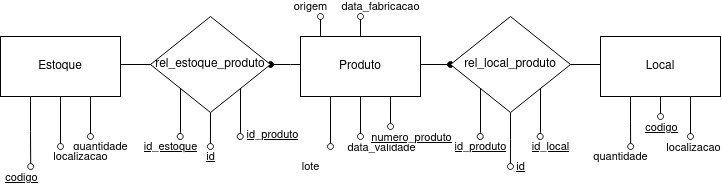
Above: diagramas/MER.png in h-ssiqueira/Supermercado (draw.io), before the change. Source tidied: cells renumbered, new cells last; positions are measured from the earlier drawing's top-left corner, leaving out a move shared by most shapes.
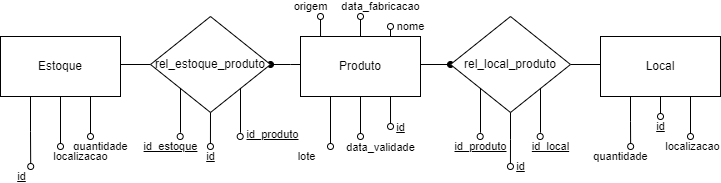
After the commit.

What changed in the source:
```diff
@@ -6,195 +6,203 @@
       <mxGeometry x="300" y="20" width="160" height="110" as="geometry" />
     </mxCell>
     <mxCell id="3" style="group;" parent="2" vertex="1">
-      <mxGeometry width="120" height="110" as="geometry" />
+      <mxGeometry y="-20" width="120" height="130" as="geometry" />
     </mxCell>
-    <mxCell id="4" style="edgeStyle=orthogonalEdgeStyle;rounded=0;jettySize=auto;html=1;exitX=0.5;exitY=1;exitDx=0;exitDy=0;endArrow=oval;endFill=0;" parent="3" edge="1" source="9">
-      <mxGeometry relative="1" as="geometry">
-        <mxPoint x="60" y="100" as="targetPoint" />
-      </mxGeometry>
+    <mxCell id="4" style="group;" parent="3" vertex="1">
+      <mxGeometry y="20" width="120" height="110" as="geometry" />
     </mxCell>
-    <mxCell id="5" value="data_validade" style="edgeLabel;html=1;align=center;verticalAlign=middle;" parent="4" vertex="1">
-      <mxGeometry x="0.9" relative="1" as="geometry">
-        <mxPoint x="20" y="12" as="offset" />
+    <mxCell id="5" style="edgeStyle=orthogonalEdgeStyle;rounded=0;jettySize=auto;html=1;exitX=0.5;exitY=1;exitDx=0;exitDy=0;endArrow=oval;endFill=0;" parent="4" edge="1" source="10">
+      <mxGeometry relative="1" as="geometry">
+        <mxPoint x="60" y="100" as="targetPoint" />
       </mxGeometry>
     </mxCell>
-    <mxCell id="6" style="edgeStyle=orthogonalEdgeStyle;rounded=0;jettySize=auto;html=1;exitX=0.75;exitY=1;exitDx=0;exitDy=0;endArrow=oval;endFill=0;" parent="3" edge="1" source="9">
-      <mxGeometry relative="1" as="geometry">
-        <mxPoint x="90" y="90" as="targetPoint" />
+    <mxCell id="6" value="data_validade" style="edgeLabel;html=1;align=center;verticalAlign=middle;" parent="5" vertex="1">
+      <mxGeometry x="0.9" relative="1" as="geometry">
+        <mxPoint x="20" y="12" as="offset" />
       </mxGeometry>
     </mxCell>
-    <mxCell id="7" value="numero_produto" style="edgeLabel;html=1;align=center;verticalAlign=middle;fontStyle=4;" parent="6" vertex="1">
-      <mxGeometry x="0.86" relative="1" as="geometry">
-        <mxPoint x="20" y="12" as="offset" />
+    <mxCell id="7" style="edgeStyle=orthogonalEdgeStyle;rounded=0;jettySize=auto;html=1;exitX=0.75;exitY=1;exitDx=0;exitDy=0;endArrow=oval;endFill=0;" parent="4" edge="1" source="10">
+      <mxGeometry relative="1" as="geometry">
+        <mxPoint x="90" y="90" as="targetPoint" />
       </mxGeometry>
     </mxCell>
-    <mxCell id="8" value="lote" style="edgeStyle=orthogonalEdgeStyle;rounded=0;jettySize=auto;html=1;exitX=0.25;exitY=1;exitDx=0;exitDy=0;endArrow=oval;endFill=0;" parent="3" edge="1" source="9">
-      <mxGeometry x="1" y="14" relative="1" as="geometry">
-        <mxPoint x="30" y="110" as="targetPoint" />
-        <Array as="points">
-          <mxPoint x="30" y="110" />
-        </Array>
-        <mxPoint x="-10" y="10" as="offset" />
+    <mxCell id="8" value="id" style="edgeLabel;html=1;align=center;verticalAlign=middle;fontStyle=4;" parent="7" vertex="1">
+      <mxGeometry x="0.86" relative="1" as="geometry">
+        <mxPoint x="10" y="2" as="offset" />
       </mxGeometry>
     </mxCell>
-    <mxCell id="9" value="Produto" style="rounded=0;whiteSpace=wrap;html=1;" parent="3" vertex="1">
-      <mxGeometry width="120" height="60" as="geometry" />
+    <mxCell id="9" value="lote" style="edgeStyle=orthogonalEdgeStyle;rounded=0;jettySize=auto;html=1;exitX=0.25;exitY=1;exitDx=0;exitDy=0;endArrow=oval;endFill=0;" parent="4" edge="1" source="10">
+      <mxGeometry x="1" y="14" relative="1" as="geometry">
+        <mxPoint x="30" y="110" as="targetPoint" />
+        <Array as="points">
+          <mxPoint x="30" y="110" />
+        </Array>
+        <mxPoint x="-10" y="10" as="offset" />
+      </mxGeometry>
     </mxCell>
-    <mxCell id="10" value="data_fabricacao" style="edgeStyle=orthogonalEdgeStyle;rounded=0;jettySize=auto;html=1;endArrow=oval;endFill=0;strokeWidth=1;exitX=0.5;exitY=0;exitDx=0;exitDy=0;" parent="2" edge="1" source="9">
-      <mxGeometry x="1" y="-22" relative="1" as="geometry">
-        <mxPoint x="60" y="-20" as="targetPoint" />
-        <mxPoint x="-2" y="-10" as="offset" />
-      </mxGeometry>
+    <mxCell id="10" value="Produto" style="rounded=0;whiteSpace=wrap;html=1;" parent="4" vertex="1">
+      <mxGeometry width="120" height="60" as="geometry" />
     </mxCell>
-    <mxCell id="11" value="origem" style="edgeStyle=orthogonalEdgeStyle;rounded=0;jettySize=auto;html=1;exitX=0.167;exitY=0;exitDx=0;exitDy=0;endArrow=oval;endFill=0;strokeWidth=1;exitPerimeter=0;" parent="2" edge="1" source="9">
-      <mxGeometry x="1" y="14" relative="1" as="geometry">
-        <mxPoint x="20" y="-20" as="targetPoint" />
-        <mxPoint x="4" y="-10" as="offset" />
+    <mxCell id="11" value="data_fabricacao" style="edgeStyle=orthogonalEdgeStyle;rounded=0;jettySize=auto;html=1;endArrow=oval;endFill=0;strokeWidth=1;exitX=0.5;exitY=0;exitDx=0;exitDy=0;" parent="3" edge="1" source="10">
+      <mxGeometry x="1" y="-22" relative="1" as="geometry">
+        <mxPoint x="60" as="targetPoint" />
+        <mxPoint x="-2" y="-10" as="offset" />
       </mxGeometry>
     </mxCell>
-    <mxCell id="12" style="group;" parent="1" vertex="1">
-      <mxGeometry y="20" width="120" height="130" as="geometry" />
+    <mxCell id="12" value="origem" style="edgeStyle=orthogonalEdgeStyle;rounded=0;jettySize=auto;html=1;exitX=0.167;exitY=0;exitDx=0;exitDy=0;endArrow=oval;endFill=0;strokeWidth=1;exitPerimeter=0;" parent="3" edge="1" source="10">
+      <mxGeometry x="1" y="14" relative="1" as="geometry">
+        <mxPoint x="20" as="targetPoint" />
+        <mxPoint x="4" y="-10" as="offset" />
+      </mxGeometry>
     </mxCell>
-    <mxCell id="13" style="group;" parent="12" vertex="1">
-      <mxGeometry width="120" height="130" as="geometry" />
+    <mxCell id="13" style="group;" parent="1" vertex="1">
+      <mxGeometry y="20" width="120" height="130" as="geometry" />
     </mxCell>
-    <mxCell id="14" style="edgeStyle=orthogonalEdgeStyle;rounded=0;jettySize=auto;html=1;exitX=0.25;exitY=1;exitDx=0;exitDy=0;endArrow=oval;endFill=0;" parent="13" edge="1" source="16">
-      <mxGeometry relative="1" as="geometry">
-        <mxPoint x="30.2" y="130" as="targetPoint" />
-      </mxGeometry>
+    <mxCell id="14" style="group;" parent="13" vertex="1">
+      <mxGeometry width="120" height="130" as="geometry" />
     </mxCell>
-    <mxCell id="15" value="codigo" style="edgeLabel;html=1;align=center;verticalAlign=middle;fontStyle=4;" parent="14" vertex="1">
-      <mxGeometry x="0.91" y="-1" relative="1" as="geometry">
-        <mxPoint x="-9" y="13" as="offset" />
+    <mxCell id="15" style="edgeStyle=orthogonalEdgeStyle;rounded=0;jettySize=auto;html=1;exitX=0.25;exitY=1;exitDx=0;exitDy=0;endArrow=oval;endFill=0;" parent="14" edge="1" source="17">
+      <mxGeometry relative="1" as="geometry">
+        <mxPoint x="30.2" y="130" as="targetPoint" />
       </mxGeometry>
     </mxCell>
-    <mxCell id="16" value="Estoque" style="rounded=0;whiteSpace=wrap;html=1;" parent="13" vertex="1">
-      <mxGeometry width="120" height="60" as="geometry" />
+    <mxCell id="16" value="id" style="edgeLabel;html=1;align=center;verticalAlign=middle;points=[];fontStyle=4;" parent="15" vertex="1">
+      <mxGeometry x="0.91" y="-1" relative="1" as="geometry">
+        <mxPoint x="-9" y="13" as="offset" />
+      </mxGeometry>
     </mxCell>
-    <mxCell id="17" value="quantidade" style="edgeStyle=orthogonalEdgeStyle;rounded=0;jettySize=auto;html=1;exitX=0.75;exitY=1;exitDx=0;exitDy=0;endArrow=oval;endFill=0;strokeWidth=1;" parent="12" edge="1" source="16">
-      <mxGeometry x="1" y="14" relative="1" as="geometry">
-        <mxPoint x="90" y="100" as="targetPoint" />
-        <mxPoint x="-4" y="10" as="offset" />
-      </mxGeometry>
+    <mxCell id="17" value="Estoque" style="rounded=0;whiteSpace=wrap;html=1;" parent="14" vertex="1">
+      <mxGeometry width="120" height="60" as="geometry" />
     </mxCell>
-    <mxCell id="18" style="group;" parent="1" vertex="1">
-      <mxGeometry x="600" y="20" width="120" height="100" as="geometry" />
+    <mxCell id="18" value="quantidade" style="edgeStyle=orthogonalEdgeStyle;rounded=0;jettySize=auto;html=1;exitX=0.75;exitY=1;exitDx=0;exitDy=0;endArrow=oval;endFill=0;strokeWidth=1;" parent="13" edge="1" source="17">
+      <mxGeometry x="1" y="14" relative="1" as="geometry">
+        <mxPoint x="90" y="100" as="targetPoint" />
+        <mxPoint x="-4" y="10" as="offset" />
+      </mxGeometry>
     </mxCell>
-    <mxCell id="19" style="edgeStyle=orthogonalEdgeStyle;rounded=0;jettySize=auto;html=1;exitX=0.5;exitY=1;exitDx=0;exitDy=0;endArrow=oval;endFill=0;" parent="18" edge="1" source="23">
-      <mxGeometry relative="1" as="geometry">
-        <mxPoint x="60" y="80" as="targetPoint" />
-      </mxGeometry>
+    <mxCell id="19" style="group;" parent="1" vertex="1">
+      <mxGeometry x="600" y="20" width="120" height="100" as="geometry" />
     </mxCell>
-    <mxCell id="20" value="codigo" style="edgeLabel;html=1;align=center;verticalAlign=middle;fontStyle=4;" parent="19" vertex="1">
-      <mxGeometry x="1" y="-2" relative="1" as="geometry">
-        <mxPoint x="2" y="10" as="offset" />
+    <mxCell id="20" style="edgeStyle=orthogonalEdgeStyle;rounded=0;jettySize=auto;html=1;exitX=0.5;exitY=1;exitDx=0;exitDy=0;endArrow=oval;endFill=0;" parent="19" edge="1" source="24">
+      <mxGeometry relative="1" as="geometry">
+        <mxPoint x="60" y="80" as="targetPoint" />
       </mxGeometry>
     </mxCell>
-    <mxCell id="21" style="edgeStyle=orthogonalEdgeStyle;rounded=0;jettySize=auto;html=1;exitX=0.75;exitY=1;exitDx=0;exitDy=0;endArrow=oval;endFill=0;" parent="18" edge="1" source="23">
-      <mxGeometry relative="1" as="geometry">
-        <mxPoint x="90" y="100" as="targetPoint" />
+    <mxCell id="21" value="id" style="edgeLabel;html=1;align=center;verticalAlign=middle;fontStyle=4;" parent="20" vertex="1">
+      <mxGeometry x="1" y="-2" relative="1" as="geometry">
+        <mxPoint x="2" y="10" as="offset" />
       </mxGeometry>
     </mxCell>
-    <mxCell id="22" value="localizacao" style="edgeLabel;html=1;align=center;verticalAlign=middle;" parent="21" vertex="1">
-      <mxGeometry x="0.98" y="2" relative="1" as="geometry">
-        <mxPoint y="10" as="offset" />
+    <mxCell id="22" style="edgeStyle=orthogonalEdgeStyle;rounded=0;jettySize=auto;html=1;exitX=0.75;exitY=1;exitDx=0;exitDy=0;endArrow=oval;endFill=0;" parent="19" edge="1" source="24">
+      <mxGeometry relative="1" as="geometry">
+        <mxPoint x="90" y="100" as="targetPoint" />
       </mxGeometry>
     </mxCell>
-    <mxCell id="23" value="Local" style="rounded=0;whiteSpace=wrap;html=1;" parent="18" vertex="1">
-      <mxGeometry width="120" height="60" as="geometry" />
+    <mxCell id="23" value="localizacao" style="edgeLabel;html=1;align=center;verticalAlign=middle;points=[];" parent="22" vertex="1">
+      <mxGeometry x="0.98" y="2" relative="1" as="geometry">
+        <mxPoint y="10" as="offset" />
+      </mxGeometry>
     </mxCell>
-    <mxCell id="24" value="quantidade" style="edgeStyle=orthogonalEdgeStyle;rounded=0;jettySize=auto;html=1;exitX=0.25;exitY=1;exitDx=0;exitDy=0;endArrow=oval;endFill=0;strokeWidth=1;" parent="1" edge="1" source="23">
-      <mxGeometry x="1" y="-14" relative="1" as="geometry">
-        <mxPoint x="630.1" y="130" as="targetPoint" />
-        <mxPoint x="4" y="10" as="offset" />
-      </mxGeometry>
+    <mxCell id="24" value="Local" style="rounded=0;whiteSpace=wrap;html=1;" parent="19" vertex="1">
+      <mxGeometry width="120" height="60" as="geometry" />
     </mxCell>
-    <mxCell id="25" value="localizacao" style="edgeStyle=orthogonalEdgeStyle;rounded=0;jettySize=auto;html=1;exitX=0.5;exitY=1;exitDx=0;exitDy=0;endArrow=oval;endFill=0;" parent="1" edge="1" source="16">
-      <mxGeometry x="1" y="-10" relative="1" as="geometry">
-        <mxPoint x="60" y="130" as="targetPoint" />
-        <Array as="points">
-          <mxPoint x="60" y="130" />
-        </Array>
-        <mxPoint x="10" y="10" as="offset" />
+    <mxCell id="25" value="quantidade" style="edgeStyle=orthogonalEdgeStyle;rounded=0;jettySize=auto;html=1;exitX=0.25;exitY=1;exitDx=0;exitDy=0;endArrow=oval;endFill=0;strokeWidth=1;" parent="1" edge="1" source="24">
+      <mxGeometry x="1" y="-14" relative="1" as="geometry">
+        <mxPoint x="630.1" y="130" as="targetPoint" />
+        <mxPoint x="4" y="10" as="offset" />
       </mxGeometry>
     </mxCell>
-    <mxCell id="26" style="edgeStyle=orthogonalEdgeStyle;rounded=0;jettySize=auto;html=1;exitX=1;exitY=0.5;exitDx=0;exitDy=0;entryX=0;entryY=0.5;entryDx=0;entryDy=0;endArrow=oval;endFill=1;" parent="1" edge="1" source="9" target="40">
-      <mxGeometry relative="1" as="geometry">
+    <mxCell id="26" value="localizacao" style="edgeStyle=orthogonalEdgeStyle;rounded=0;jettySize=auto;html=1;exitX=0.5;exitY=1;exitDx=0;exitDy=0;endArrow=oval;endFill=0;" parent="1" edge="1" source="17">
+      <mxGeometry x="1" y="-10" relative="1" as="geometry">
+        <mxPoint x="60" y="130" as="targetPoint" />
         <Array as="points">
-          <mxPoint x="420" y="48" />
+          <mxPoint x="60" y="130" />
         </Array>
+        <mxPoint x="10" y="10" as="offset" />
       </mxGeometry>
     </mxCell>
-    <mxCell id="27" style="edgeStyle=orthogonalEdgeStyle;rounded=0;jettySize=auto;html=1;exitX=1;exitY=0.5;exitDx=0;exitDy=0;entryX=0;entryY=0.5;entryDx=0;entryDy=0;endArrow=none;endFill=0;" parent="1" edge="1" source="40" target="23">
-      <mxGeometry relative="1" as="geometry" />
+    <mxCell id="27" style="edgeStyle=orthogonalEdgeStyle;rounded=0;jettySize=auto;html=1;exitX=1;exitY=0.5;exitDx=0;exitDy=0;entryX=0;entryY=0.5;entryDx=0;entryDy=0;endArrow=oval;endFill=1;" parent="1" edge="1" source="10" target="41">
+      <mxGeometry relative="1" as="geometry">
+        <Array as="points">
+          <mxPoint x="420" y="48" />
+        </Array>
+      </mxGeometry>
     </mxCell>
-    <mxCell id="28" style="edgeStyle=orthogonalEdgeStyle;rounded=0;jettySize=auto;html=1;exitX=1;exitY=0.5;exitDx=0;exitDy=0;entryX=0;entryY=0.5;entryDx=0;entryDy=0;endArrow=none;endFill=0;" parent="1" edge="1" source="16" target="34">
-      <mxGeometry relative="1" as="geometry">
-        <Array as="points">
-          <mxPoint x="120" y="48" />
-        </Array>
-      </mxGeometry>
+    <mxCell id="28" style="edgeStyle=orthogonalEdgeStyle;rounded=0;jettySize=auto;html=1;exitX=1;exitY=0.5;exitDx=0;exitDy=0;entryX=0;entryY=0.5;entryDx=0;entryDy=0;endArrow=none;endFill=0;" parent="1" edge="1" source="41" target="24">
+      <mxGeometry relative="1" as="geometry" />
     </mxCell>
-    <mxCell id="29" style="edgeStyle=orthogonalEdgeStyle;rounded=0;jettySize=auto;html=1;endArrow=oval;endFill=1;entryX=1;entryY=0.5;entryDx=0;entryDy=0;" parent="1" edge="1" source="9" target="34">
+    <mxCell id="29" style="edgeStyle=orthogonalEdgeStyle;rounded=0;jettySize=auto;html=1;exitX=1;exitY=0.5;exitDx=0;exitDy=0;entryX=0;entryY=0.5;entryDx=0;entryDy=0;endArrow=none;endFill=0;" parent="1" edge="1" source="17" target="35">
       <mxGeometry relative="1" as="geometry">
         <Array as="points">
-          <mxPoint x="290" y="48" />
-          <mxPoint x="290" y="48" />
+          <mxPoint x="120" y="48" />
         </Array>
       </mxGeometry>
     </mxCell>
-    <mxCell id="30" style="group;" parent="1" vertex="1">
-      <mxGeometry x="150" width="120" height="130" as="geometry" />
+    <mxCell id="30" style="edgeStyle=orthogonalEdgeStyle;rounded=0;jettySize=auto;html=1;endArrow=oval;endFill=1;entryX=1;entryY=0.5;entryDx=0;entryDy=0;" parent="1" edge="1" source="10" target="35">
+      <mxGeometry relative="1" as="geometry">
+        <Array as="points">
+          <mxPoint x="290" y="48" />
+          <mxPoint x="290" y="48" />
+        </Array>
+      </mxGeometry>
     </mxCell>
-    <mxCell id="31" style="group;" parent="30" vertex="1">
-      <mxGeometry width="120" height="120" as="geometry" />
+    <mxCell id="31" style="group;" parent="1" vertex="1">
+      <mxGeometry x="150" width="120" height="130" as="geometry" />
     </mxCell>
-    <mxCell id="32" value="id_estoque" style="edgeStyle=orthogonalEdgeStyle;rounded=0;jettySize=auto;html=1;exitX=0;exitY=1;exitDx=0;exitDy=0;endArrow=oval;endFill=0;strokeWidth=1;fontStyle=4;" parent="31" edge="1" source="34">
-      <mxGeometry x="1" y="-14" relative="1" as="geometry">
-        <mxPoint x="29.7" y="120" as="targetPoint" />
-        <mxPoint x="4" y="10" as="offset" />
-      </mxGeometry>
+    <mxCell id="32" style="group;" parent="31" vertex="1">
+      <mxGeometry width="120" height="120" as="geometry" />
     </mxCell>
-    <mxCell id="33" value="id_produto" style="edgeStyle=orthogonalEdgeStyle;rounded=0;jettySize=auto;html=1;exitX=1;exitY=1;exitDx=0;exitDy=0;endArrow=oval;endFill=0;strokeWidth=1;fontStyle=4;" parent="31" edge="1" source="34">
-      <mxGeometry x="0.99" y="22" relative="1" as="geometry">
-        <mxPoint x="89.7" y="120" as="targetPoint" />
-        <mxPoint x="10" y="-2" as="offset" />
+    <mxCell id="33" value="id_estoque" style="edgeStyle=orthogonalEdgeStyle;rounded=0;jettySize=auto;html=1;exitX=0;exitY=1;exitDx=0;exitDy=0;endArrow=oval;endFill=0;strokeWidth=1;fontStyle=4;" parent="32" edge="1" source="35">
+      <mxGeometry x="1" y="-14" relative="1" as="geometry">
+        <mxPoint x="29.7" y="120" as="targetPoint" />
+        <mxPoint x="4" y="10" as="offset" />
       </mxGeometry>
     </mxCell>
-    <mxCell id="34" value="rel_estoque_produto" style="rhombus;whiteSpace=wrap;html=1;" parent="31" vertex="1">
-      <mxGeometry width="120" height="96" as="geometry" />
+    <mxCell id="34" value="id_produto" style="edgeStyle=orthogonalEdgeStyle;rounded=0;jettySize=auto;html=1;exitX=1;exitY=1;exitDx=0;exitDy=0;endArrow=oval;endFill=0;strokeWidth=1;fontStyle=4;" parent="32" edge="1" source="35">
+      <mxGeometry x="0.99" y="22" relative="1" as="geometry">
+        <mxPoint x="89.7" y="120" as="targetPoint" />
+        <mxPoint x="10" y="-2" as="offset" />
+      </mxGeometry>
     </mxCell>
-    <mxCell id="35" value="&lt;u&gt;id&lt;/u&gt;" style="edgeStyle=orthogonalEdgeStyle;rounded=0;jettySize=auto;html=1;exitX=0.5;exitY=1;exitDx=0;exitDy=0;endArrow=oval;endFill=0;" parent="30" edge="1" source="34">
-      <mxGeometry x="1" y="10" relative="1" as="geometry">
-        <mxPoint x="59.9" y="130" as="targetPoint" />
-        <mxPoint x="-10" y="10" as="offset" />
-      </mxGeometry>
+    <mxCell id="35" value="rel_estoque_produto" style="rhombus;whiteSpace=wrap;html=1;" parent="32" vertex="1">
+      <mxGeometry width="120" height="96" as="geometry" />
     </mxCell>
-    <mxCell id="36" style="group;" parent="1" vertex="1">
-      <mxGeometry x="450" width="120" height="150" as="geometry" />
+    <mxCell id="36" value="&lt;u&gt;id&lt;/u&gt;" style="edgeStyle=orthogonalEdgeStyle;rounded=0;jettySize=auto;html=1;exitX=0.5;exitY=1;exitDx=0;exitDy=0;endArrow=oval;endFill=0;" parent="31" edge="1" source="35">
+      <mxGeometry x="1" y="10" relative="1" as="geometry">
+        <mxPoint x="59.9" y="130" as="targetPoint" />
+        <mxPoint x="-10" y="10" as="offset" />
+      </mxGeometry>
     </mxCell>
-    <mxCell id="37" style="group;" parent="36" vertex="1">
-      <mxGeometry width="120" height="120" as="geometry" />
+    <mxCell id="37" style="group;" parent="1" vertex="1">
+      <mxGeometry x="450" width="120" height="150" as="geometry" />
     </mxCell>
-    <mxCell id="38" value="id_produto" style="edgeStyle=orthogonalEdgeStyle;rounded=0;jettySize=auto;html=1;exitX=0;exitY=1;exitDx=0;exitDy=0;endArrow=oval;endFill=0;strokeWidth=1;fontStyle=4;" parent="37" edge="1" source="40">
-      <mxGeometry x="1" y="10" relative="1" as="geometry">
-        <mxPoint x="29.7" y="120" as="targetPoint" />
-        <mxPoint x="-10" y="10" as="offset" />
-      </mxGeometry>
+    <mxCell id="38" style="group;" parent="37" vertex="1">
+      <mxGeometry width="120" height="120" as="geometry" />
     </mxCell>
-    <mxCell id="39" value="id_local" style="edgeStyle=orthogonalEdgeStyle;rounded=0;jettySize=auto;html=1;exitX=1;exitY=1;exitDx=0;exitDy=0;endArrow=oval;endFill=0;strokeWidth=1;fontStyle=4;" parent="37" edge="1" source="40">
-      <mxGeometry x="1" y="14" relative="1" as="geometry">
-        <mxPoint x="89.7" y="120" as="targetPoint" />
-        <mxPoint x="-4" y="10" as="offset" />
+    <mxCell id="39" value="id_produto" style="edgeStyle=orthogonalEdgeStyle;rounded=0;jettySize=auto;html=1;exitX=0;exitY=1;exitDx=0;exitDy=0;endArrow=oval;endFill=0;strokeWidth=1;fontStyle=4;" parent="38" edge="1" source="41">
+      <mxGeometry x="1" y="10" relative="1" as="geometry">
+        <mxPoint x="29.7" y="120" as="targetPoint" />
+        <mxPoint x="-10" y="10" as="offset" />
       </mxGeometry>
     </mxCell>
-    <mxCell id="40" value="rel_local_produto" style="rhombus;whiteSpace=wrap;html=1;" parent="37" vertex="1">
-      <mxGeometry width="120" height="96" as="geometry" />
+    <mxCell id="40" value="id_local" style="edgeStyle=orthogonalEdgeStyle;rounded=0;jettySize=auto;html=1;exitX=1;exitY=1;exitDx=0;exitDy=0;endArrow=oval;endFill=0;strokeWidth=1;fontStyle=4;" parent="38" edge="1" source="41">
+      <mxGeometry x="1" y="14" relative="1" as="geometry">
+        <mxPoint x="89.7" y="120" as="targetPoint" />
+        <mxPoint x="-4" y="10" as="offset" />
+      </mxGeometry>
     </mxCell>
-    <mxCell id="41" value="&lt;u&gt;id&lt;/u&gt;" style="edgeStyle=orthogonalEdgeStyle;rounded=0;jettySize=auto;html=1;exitX=0.5;exitY=1;exitDx=0;exitDy=0;endArrow=oval;endFill=0;" parent="36" edge="1" source="40">
-      <mxGeometry x="1" y="10" relative="1" as="geometry">
-        <mxPoint x="59.9" y="150" as="targetPoint" />
-      </mxGeometry>
+    <mxCell id="41" value="rel_local_produto" style="rhombus;whiteSpace=wrap;html=1;" parent="38" vertex="1">
+      <mxGeometry width="120" height="96" as="geometry" />
     </mxCell>
+    <mxCell id="42" value="&lt;u&gt;id&lt;/u&gt;" style="edgeStyle=orthogonalEdgeStyle;rounded=0;jettySize=auto;html=1;exitX=0.5;exitY=1;exitDx=0;exitDy=0;endArrow=oval;endFill=0;" parent="37" edge="1" source="41">
+      <mxGeometry x="1" y="10" relative="1" as="geometry">
+        <mxPoint x="59.9" y="150" as="targetPoint" />
+      </mxGeometry>
+    </mxCell>
+    <mxCell id="43" value="nome" style="edgeStyle=orthogonalEdgeStyle;rounded=0;jettySize=auto;html=1;exitX=0.75;exitY=0;exitDx=0;exitDy=0;endArrow=oval;endFill=0;" parent="1" edge="1" source="10">
+      <mxGeometry x="1" y="-20" relative="1" as="geometry">
+        <mxPoint x="390" y="10" as="targetPoint" />
+      </mxGeometry>
+    </mxCell>
   </root>
 </mxGraphModel>
```
